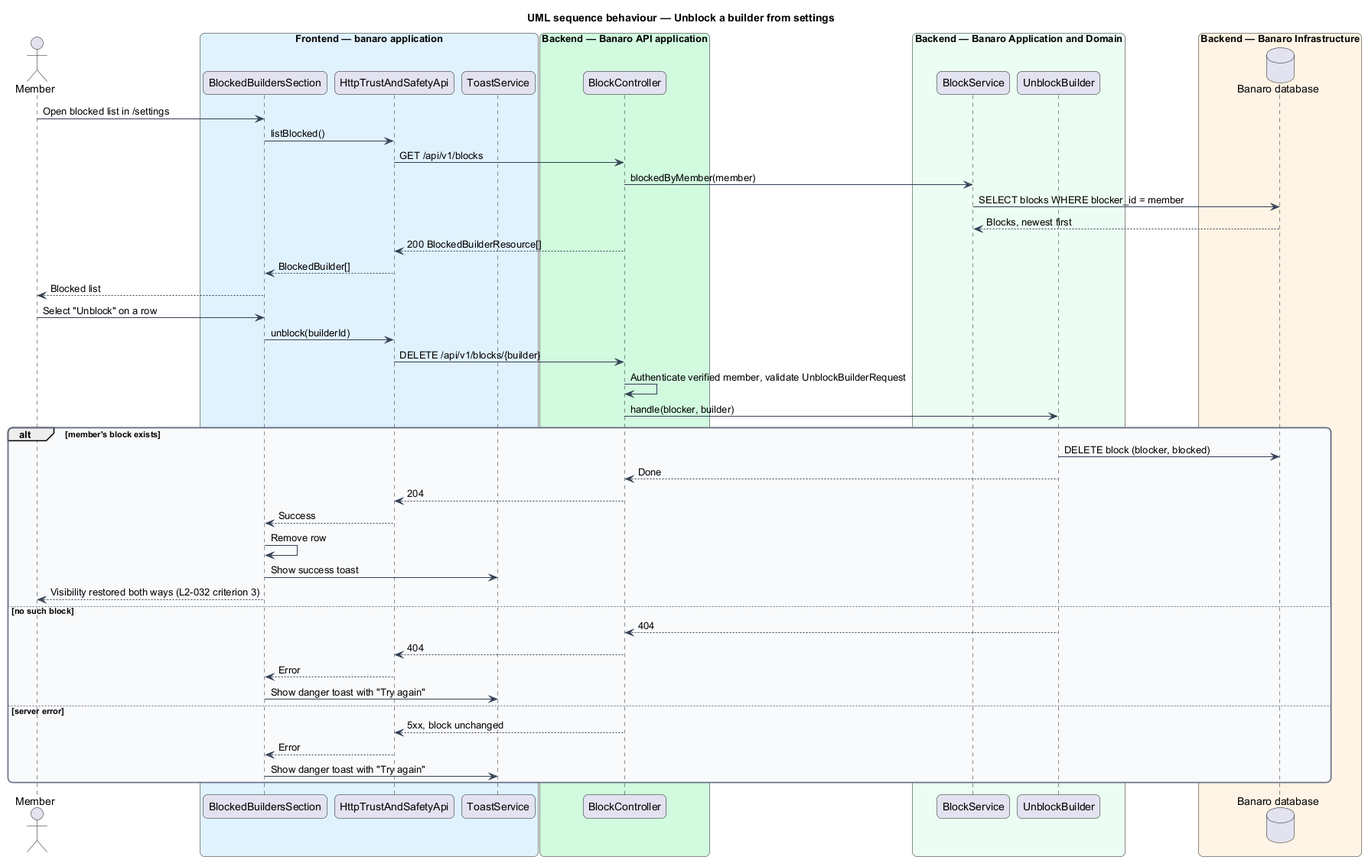
Before: docs/detailed-designs/trust-and-safety/block-builder/diagrams/sequence-unblock-builder.png, a diagram exported from PlantUML (QuinntyneBrown/banaro). Its diagram source:
```plantuml
@startuml
title UML sequence behaviour — Unblock a builder from settings
skinparam backgroundColor #FFFFFF
skinparam shadowing false
skinparam roundcorner 12
skinparam defaultFontName Arial
skinparam ArrowColor #344054
skinparam rectangle {
  BorderColor #344054
  FontColor #101828
}
skinparam package {
  BorderColor #667085
  FontColor #101828
  BackgroundColor #F9FAFB
}
actor "Member" as actor
box "Frontend — banaro application" #E0F2FE
  participant "BlockedBuildersSection" as section
  participant "HttpTrustAndSafetyApi" as client
  participant "ToastService" as toast
end box
box "Backend — Banaro API application" #D1FADF
  participant "BlockController" as controller
end box
box "Backend — Banaro Application and Domain" #ECFDF3
  participant "BlockService" as service
  participant "UnblockBuilder" as action
end box
box "Backend — Banaro Infrastructure" #FFF4E5
  database "Banaro database" as db
end box

actor -> section : Open blocked list in /settings
section -> client : listBlocked()
client -> controller : GET /api/v1/blocks
controller -> service : blockedByMember(member)
service -> db : SELECT blocks WHERE blocker_id = member
db --> service : Blocks, newest first
controller --> client : 200 BlockedBuilderResource[]
client --> section : BlockedBuilder[]
section --> actor : Blocked list
actor -> section : Select "Unblock" on a row
section -> client : unblock(builderId)
client -> controller : DELETE /api/v1/blocks/{builder}
controller -> controller : Authenticate verified member, validate UnblockBuilderRequest
controller -> action : handle(blocker, builder)
alt member's block exists
  action -> db : DELETE block (blocker, blocked)
  action --> controller : Done
  controller --> client : 204
  client --> section : Success
  section -> section : Remove row
  section -> toast : Show success toast
  section --> actor : Visibility restored both ways (L2-032 criterion 3)
else no such block
  action --> controller : 404
  controller --> client : 404
  client --> section : Error
  section -> toast : Show danger toast with "Try again"
else server error
  controller --> client : 5xx, block unchanged
  client --> section : Error
  section -> toast : Show danger toast with "Try again"
end
@enduml
```
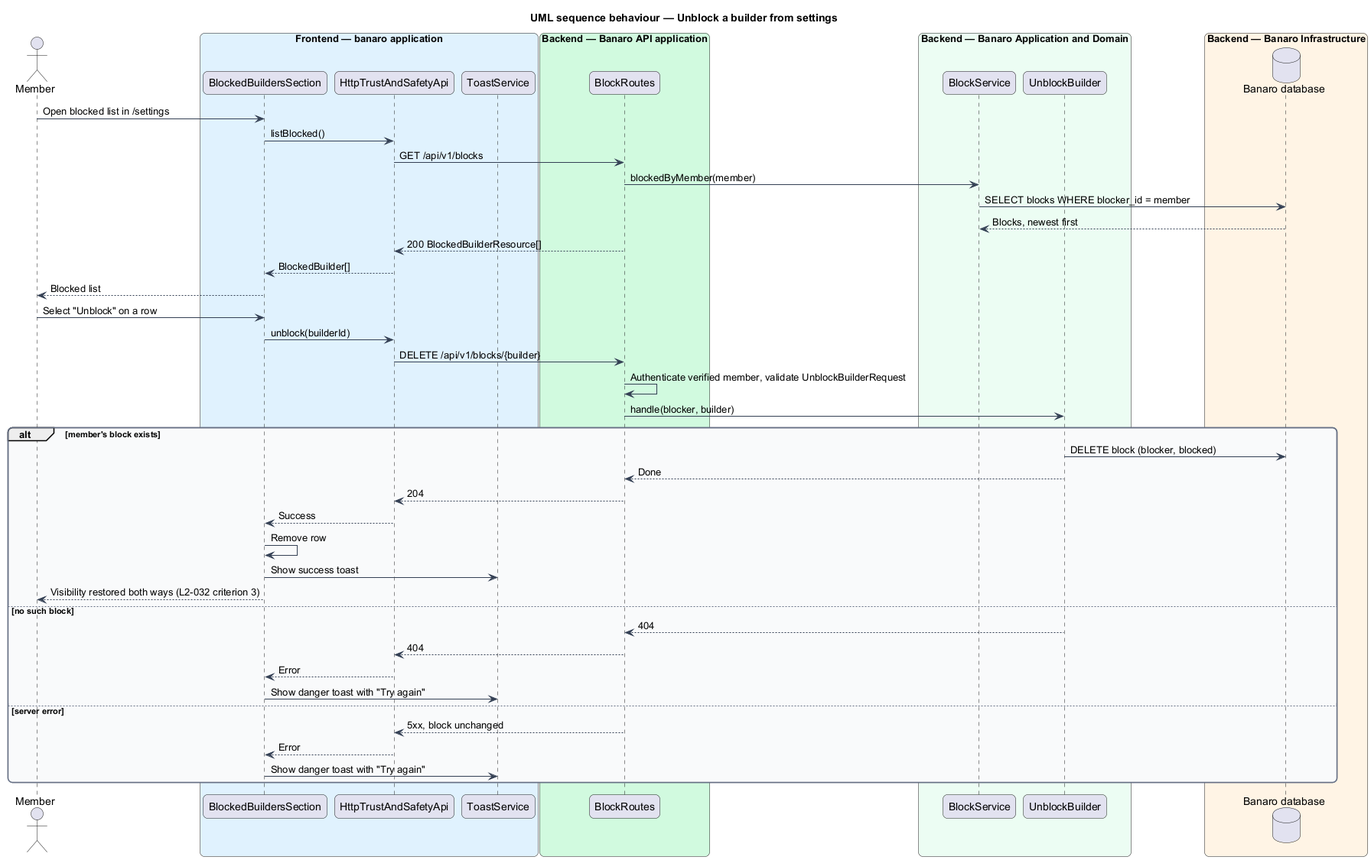
The same diagram one commit later.

The edit, as a diff of the source:
```diff
@@ -21,7 +21,7 @@
   participant "ToastService" as toast
 end box
 box "Backend — Banaro API application" #D1FADF
-  participant "BlockController" as controller
+  participant "BlockRoutes" as controller
 end box
 box "Backend — Banaro Application and Domain" #ECFDF3
   participant "BlockService" as service
```
